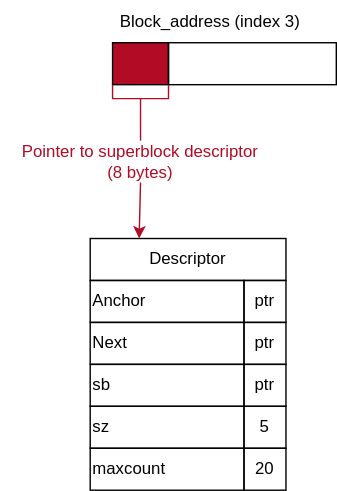
Earlier version of the draw.io export img/free/free-descriptor_recovered.drawio.svg (ConcLab/Docs). Source tidied: cells renumbered, new cells last; positions are measured from the earlier drawing's top-left corner, leaving out a move shared by most shapes. The source it was exported from:
```xml
<mxGraphModel>
  <root>
    <mxCell id="0" />
    <mxCell id="1" parent="0" />
    <mxCell id="2" style="rounded=0;whiteSpace=wrap;html=1;fillColor=light-dark(#B10B25,#B10B25);" parent="1" vertex="1">
      <mxGeometry x="80" y="30" width="40" height="30" as="geometry" />
    </mxCell>
    <mxCell id="3" value="&lt;div&gt;Block_address (index 3)&lt;/div&gt;" style="text;html=1;whiteSpace=wrap;strokeColor=none;fillColor=none;align=center;verticalAlign=middle;rounded=0;" parent="1" vertex="1">
      <mxGeometry x="80" width="140" height="30" as="geometry" />
    </mxCell>
    <mxCell id="4" style="rounded=0;whiteSpace=wrap;html=1;fillColor=none;" parent="1" vertex="1">
      <mxGeometry x="120" y="30" width="120" height="30" as="geometry" />
    </mxCell>
    <mxCell id="5" style="endArrow=none;html=1;rounded=0;defaultLabelBackgroundColor=page;labelPadding=0 4;entryX=0;entryY=1;entryDx=0;entryDy=0;exitX=0;exitY=1;exitDx=0;exitDy=0;strokeColor=light-dark(#B10B25,#B10B25);" parent="1" edge="1" source="4" target="2">
      <mxGeometry x="0.27" relative="1" as="geometry">
        <Array as="points">
          <mxPoint x="120" y="70" />
          <mxPoint x="100" y="70" />
          <mxPoint x="80" y="70" />
        </Array>
      </mxGeometry>
    </mxCell>
    <mxCell id="6" style="endArrow=none;html=1;rounded=0;defaultLabelBackgroundColor=page;labelPadding=0 4;strokeColor=light-dark(#B10B25,#B10B25);" parent="1" edge="1" source="20">
      <mxGeometry relative="1" as="geometry">
        <mxPoint x="100" y="70" as="targetPoint" />
      </mxGeometry>
    </mxCell>
    <mxCell id="7" value="Descriptor" style="rounded=0;whiteSpace=wrap;html=1;fillColor=none;" parent="1" vertex="1">
      <mxGeometry x="64" y="170" width="140" height="30" as="geometry" />
    </mxCell>
    <mxCell id="8" value="Anchor" style="rounded=0;whiteSpace=wrap;html=1;align=left;fillColor=none;" parent="1" vertex="1">
      <mxGeometry x="64" y="200" width="110" height="30" as="geometry" />
    </mxCell>
    <mxCell id="9" value="ptr" style="rounded=0;whiteSpace=wrap;html=1;fillColor=none;" parent="1" vertex="1">
      <mxGeometry x="174" y="200" width="30" height="30" as="geometry" />
    </mxCell>
    <mxCell id="10" value="Next" style="rounded=0;whiteSpace=wrap;html=1;align=left;fillColor=none;" parent="1" vertex="1">
      <mxGeometry x="64" y="230" width="110" height="30" as="geometry" />
    </mxCell>
    <mxCell id="11" value="ptr" style="rounded=0;whiteSpace=wrap;html=1;fillColor=none;" parent="1" vertex="1">
      <mxGeometry x="174" y="230" width="30" height="30" as="geometry" />
    </mxCell>
    <mxCell id="12" value="sb" style="rounded=0;whiteSpace=wrap;html=1;align=left;fillColor=none;" parent="1" vertex="1">
      <mxGeometry x="64" y="260" width="110" height="30" as="geometry" />
    </mxCell>
    <mxCell id="13" value="ptr" style="rounded=0;whiteSpace=wrap;html=1;fillColor=none;" parent="1" vertex="1">
      <mxGeometry x="174" y="260" width="30" height="30" as="geometry" />
    </mxCell>
    <mxCell id="14" value="sz" style="rounded=0;whiteSpace=wrap;html=1;align=left;fillColor=none;" parent="1" vertex="1">
      <mxGeometry x="64" y="290" width="110" height="30" as="geometry" />
    </mxCell>
    <mxCell id="15" value="5" style="rounded=0;whiteSpace=wrap;html=1;fillColor=none;" parent="1" vertex="1">
      <mxGeometry x="174" y="290" width="30" height="30" as="geometry" />
    </mxCell>
    <mxCell id="16" value="maxcount" style="rounded=0;whiteSpace=wrap;html=1;align=left;fillColor=none;" parent="1" vertex="1">
      <mxGeometry x="64" y="320" width="110" height="30" as="geometry" />
    </mxCell>
    <mxCell id="17" value="20" style="rounded=0;whiteSpace=wrap;html=1;fillColor=none;" parent="1" vertex="1">
      <mxGeometry x="174" y="320" width="30" height="30" as="geometry" />
    </mxCell>
    <mxCell id="18" style="endArrow=classic;html=1;rounded=0;defaultLabelBackgroundColor=page;labelPadding=0 4;exitX=0.5;exitY=1;exitDx=0;exitDy=0;entryX=0.25;entryY=0;entryDx=0;entryDy=0;strokeColor=light-dark(#B10B25,#B10B25);" parent="1" edge="1" source="20" target="7">
      <mxGeometry relative="1" as="geometry" />
    </mxCell>
    <mxCell id="19" style="endArrow=none;html=1;rounded=0;defaultLabelBackgroundColor=page;labelPadding=0 4;" parent="1" edge="1" target="20">
      <mxGeometry relative="1" as="geometry">
        <mxPoint x="100" y="100" as="sourcePoint" />
      </mxGeometry>
    </mxCell>
    <mxCell id="20" value="&lt;div&gt;Pointer to superblock descriptor&lt;/div&gt;(8 bytes)" style="text;html=1;whiteSpace=wrap;strokeColor=none;fillColor=none;align=center;verticalAlign=middle;rounded=0;fontColor=light-dark(#B10B25,#B10B25);" parent="1" vertex="1">
      <mxGeometry y="100" width="200" height="30" as="geometry" />
    </mxCell>
  </root>
</mxGraphModel>
```
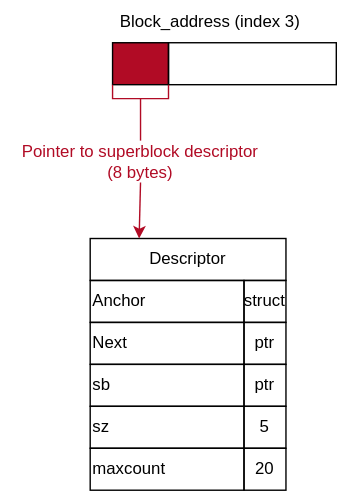
After the change.

What changed in the source:
```diff
@@ -31,7 +31,7 @@
     <mxCell id="8" value="Anchor" style="rounded=0;whiteSpace=wrap;html=1;align=left;fillColor=none;" parent="1" vertex="1">
       <mxGeometry x="64" y="200" width="110" height="30" as="geometry" />
     </mxCell>
-    <mxCell id="9" value="ptr" style="rounded=0;whiteSpace=wrap;html=1;fillColor=none;" parent="1" vertex="1">
+    <mxCell id="9" value="struct" style="rounded=0;whiteSpace=wrap;html=1;fillColor=none;" parent="1" vertex="1">
       <mxGeometry x="174" y="200" width="30" height="30" as="geometry" />
     </mxCell>
     <mxCell id="10" value="Next" style="rounded=0;whiteSpace=wrap;html=1;align=left;fillColor=none;" parent="1" vertex="1">
```
